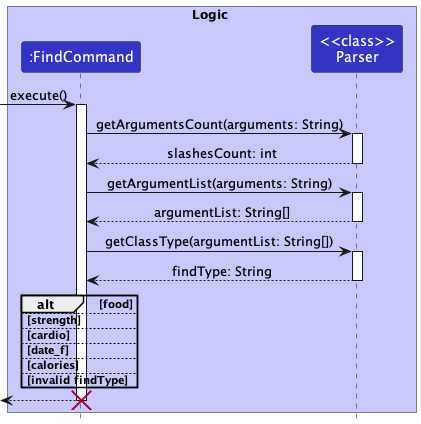
The PlantUML diagram docs/UmlDiagrams/Find.png in nus-cs2113-AY2223S1/tp, before a commit.
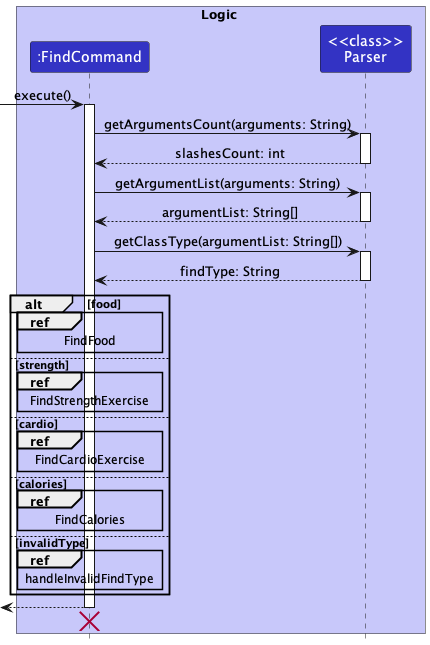
The same diagram one commit later.

Change to the diagram source:
```diff
@@ -1,37 +1,36 @@
 @startuml
 !include style.puml
 
-autoActivate on
-
 box Logic LOGIC_COLOR_T1
-participant ":FindCommand" as findCommand LOGIC_COLOR
-participant "<<class>>\nParser" as parser LOGIC_COLOR
+participant ":FindCommand" as FindCommand LOGIC_COLOR
+participant "<<class>>\nParser" as Parser LOGIC_COLOR
 end box
 
-[-> findCommand: execute()
-findCommand -> parser: getArgumentsCount(arguments: String)
+[-> FindCommand: execute()
+activate FindCommand
+FindCommand -> Parser++: getArgumentsCount(arguments: String)
 return slashesCount: int
 
-findCommand -> parser: getArgumentList(arguments: String)
+FindCommand -> Parser++: getArgumentList(arguments: String)
 return argumentList: String[]
 
-findCommand -> parser: getClassType(argumentList: String[])
+FindCommand -> Parser++: getClassType(argumentList: String[])
 return findType: String
 
 alt food
-
+    ref over FindCommand: FindFood
 else strength
-
+    ref over FindCommand: FindStrengthExercise
 else cardio
-
-else date_f
-
+    ref over FindCommand: FindCardioExercise
 else calories
-
-else invalid findType
-
+    ref over FindCommand: FindCalories
+else invalidType
+    ref over FindCommand: handleInvalidFindType
 end
 return
 
-destroy findCommand
+FindCommand -[hidden]-> Parser
+
+destroy FindCommand
 @enduml
```
